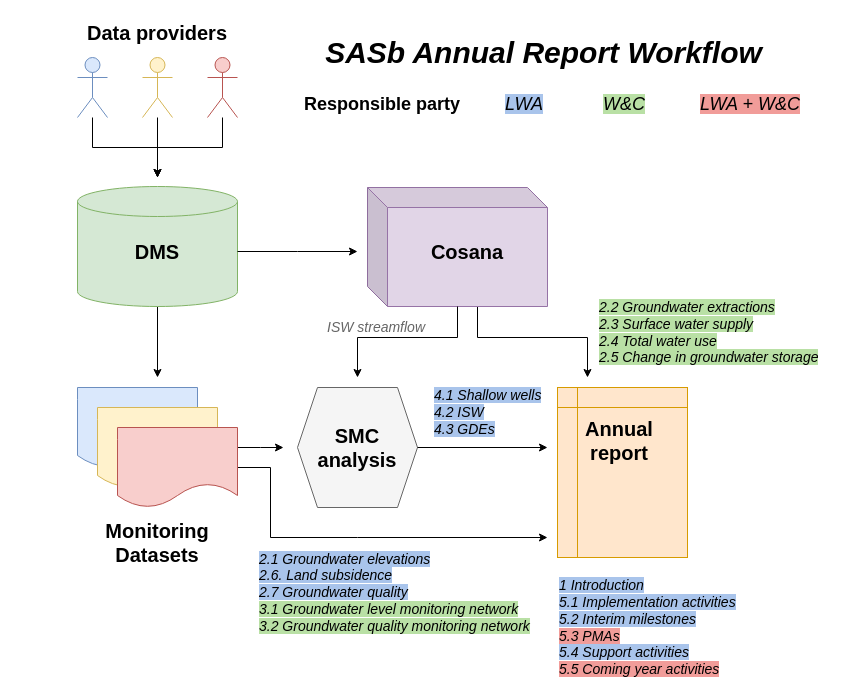
This is sasb_annual_report.drawio from richpauloo/drawio, a draw.io file, before an edit. Source tidied: cells renumbered, new cells numbered last; positions are measured from the earlier drawing's top-left corner, leaving out a move shared by most shapes. Both pictures are drawn from the tidied source at 100%, with x=0, y=0 at pixel (17, 17).
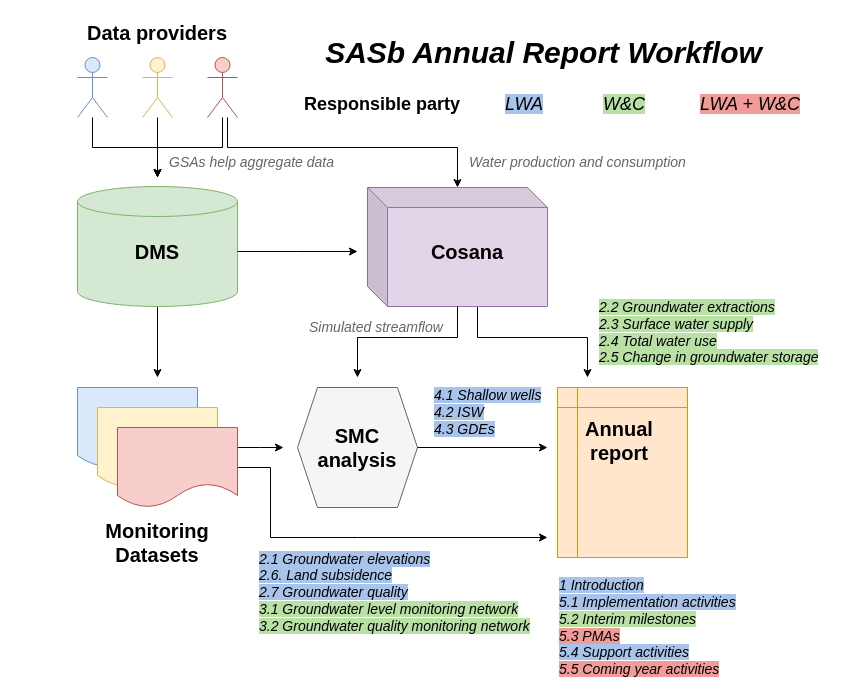
The same diagram, later.

What changed in the source:
```diff
@@
-    <mxCell id="31" value="&lt;i&gt;&lt;span style=&quot;background-color: rgb(169 , 196 , 235)&quot;&gt;1 Introduction&lt;/span&gt;&lt;br&gt;&lt;span style=&quot;background-color: rgb(169 , 196 , 235)&quot;&gt;5.1 Implementation activities&lt;/span&gt;&lt;br&gt;&lt;span style=&quot;background-color: rgb(169 , 196 , 235)&quot;&gt;5.2 Interim milestones&lt;/span&gt;&lt;br&gt;&lt;span style=&quot;background-color: rgb(241 , 156 , 153)&quot;&gt;5.3 PMAs&lt;br&gt;&lt;/span&gt;&lt;span style=&quot;background-color: rgb(169 , 196 , 235)&quot;&gt;5.4 Support activities&lt;/span&gt;&lt;br&gt;&lt;span style=&quot;background-color: rgb(241 , 156 , 153)&quot;&gt;5.5 Coming year activities&lt;/span&gt;&lt;br&gt;&lt;/i&gt;" style="text;html=1;strokeColor=none;fillColor=none;align=left;verticalAlign=middle;whiteSpace=wrap;rounded=0;fontSize=14;" parent="1" vertex="1">
+    <mxCell id="31" value="&lt;i&gt;&lt;span style=&quot;background-color: rgb(169 , 196 , 235)&quot;&gt;1 Introduction&lt;/span&gt;&lt;br&gt;&lt;span style=&quot;background-color: rgb(169 , 196 , 235)&quot;&gt;5.1 Implementation activities&lt;/span&gt;&lt;br&gt;&lt;span style=&quot;background-color: rgb(185 , 224 , 165)&quot;&gt;5.2 Interim milestones&lt;/span&gt;&lt;br&gt;&lt;span style=&quot;background-color: rgb(241 , 156 , 153)&quot;&gt;5.3 PMAs&lt;br&gt;&lt;/span&gt;&lt;span style=&quot;background-color: rgb(169 , 196 , 235)&quot;&gt;5.4 Support activities&lt;/span&gt;&lt;br&gt;&lt;span style=&quot;background-color: rgb(241 , 156 , 153)&quot;&gt;5.5 Coming year activities&lt;/span&gt;&lt;br&gt;&lt;/i&gt;" style="text;html=1;strokeColor=none;fillColor=none;align=left;verticalAlign=middle;whiteSpace=wrap;rounded=0;fontSize=14;" parent="1" vertex="1">
       <mxGeometry x="540" y="560" width="185" height="100" as="geometry" />
     </mxCell>
@@
-    <mxCell id="35" value="&lt;i&gt;&lt;span style=&quot;background-color: rgb(255 , 255 , 255)&quot;&gt;&lt;font color=&quot;#666666&quot;&gt;ISW streamflow&lt;/font&gt;&lt;/span&gt;&lt;br&gt;&lt;/i&gt;" style="text;html=1;strokeColor=none;fillColor=none;align=left;verticalAlign=middle;whiteSpace=wrap;rounded=0;fontSize=14;" parent="1" vertex="1">
-      <mxGeometry x="308" y="295" width="115" height="30" as="geometry" />
+    <mxCell id="35" value="&lt;i&gt;&lt;span style=&quot;background-color: rgb(255 , 255 , 255)&quot;&gt;&lt;font color=&quot;#666666&quot;&gt;Simulated streamflow&lt;/font&gt;&lt;/span&gt;&lt;br&gt;&lt;/i&gt;" style="text;html=1;strokeColor=none;fillColor=none;align=left;verticalAlign=middle;whiteSpace=wrap;rounded=0;fontSize=14;" parent="1" vertex="1">
+      <mxGeometry x="290" y="295" width="143" height="30" as="geometry" />
     </mxCell>
+    <mxCell id="36" style="edgeStyle=orthogonalEdgeStyle;rounded=0;orthogonalLoop=1;jettySize=auto;html=1;fontSize=20;" parent="1" edge="1">
+      <mxGeometry relative="1" as="geometry">
+        <mxPoint x="210" y="100" as="sourcePoint" />
+        <mxPoint x="440" y="170" as="targetPoint" />
+        <Array as="points">
+          <mxPoint x="210" y="130" />
+          <mxPoint x="440" y="130" />
+        </Array>
+      </mxGeometry>
+    </mxCell>
+    <mxCell id="37" value="&lt;i&gt;&lt;span style=&quot;background-color: rgb(255 , 255 , 255)&quot;&gt;&lt;font color=&quot;#666666&quot;&gt;Water production and consumption&lt;/font&gt;&lt;/span&gt;&lt;br&gt;&lt;/i&gt;" style="text;html=1;strokeColor=none;fillColor=none;align=left;verticalAlign=middle;whiteSpace=wrap;rounded=0;fontSize=14;" parent="1" vertex="1">
+      <mxGeometry x="450" y="130" width="230" height="30" as="geometry" />
+    </mxCell>
+    <mxCell id="38" value="&lt;i&gt;&lt;span style=&quot;background-color: rgb(255 , 255 , 255)&quot;&gt;&lt;font color=&quot;#666666&quot;&gt;GSAs help aggregate data&lt;/font&gt;&lt;/span&gt;&lt;br&gt;&lt;/i&gt;" style="text;html=1;strokeColor=none;fillColor=none;align=left;verticalAlign=middle;whiteSpace=wrap;rounded=0;fontSize=14;" parent="1" vertex="1">
+      <mxGeometry x="150" y="130" width="210" height="30" as="geometry" />
+    </mxCell>
```
